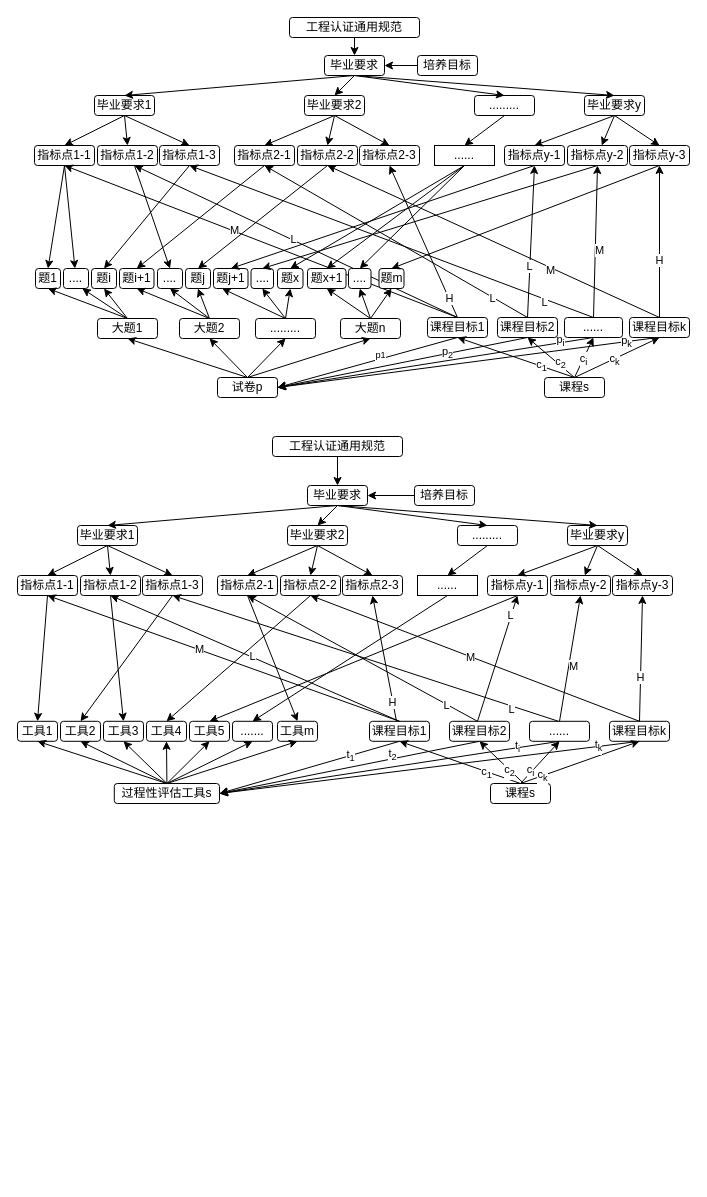
Before: Untitled Diagram.drawio in oliverwy/DhDesignpattern, a draw.io diagram. Source tidied: cells renumbered, new cells numbered last; positions are measured from the earlier drawing's top-left corner, leaving out a move shared by most shapes. Both pictures are drawn from the tidied source at 100%, with x=0, y=0 at pixel (17, 17).
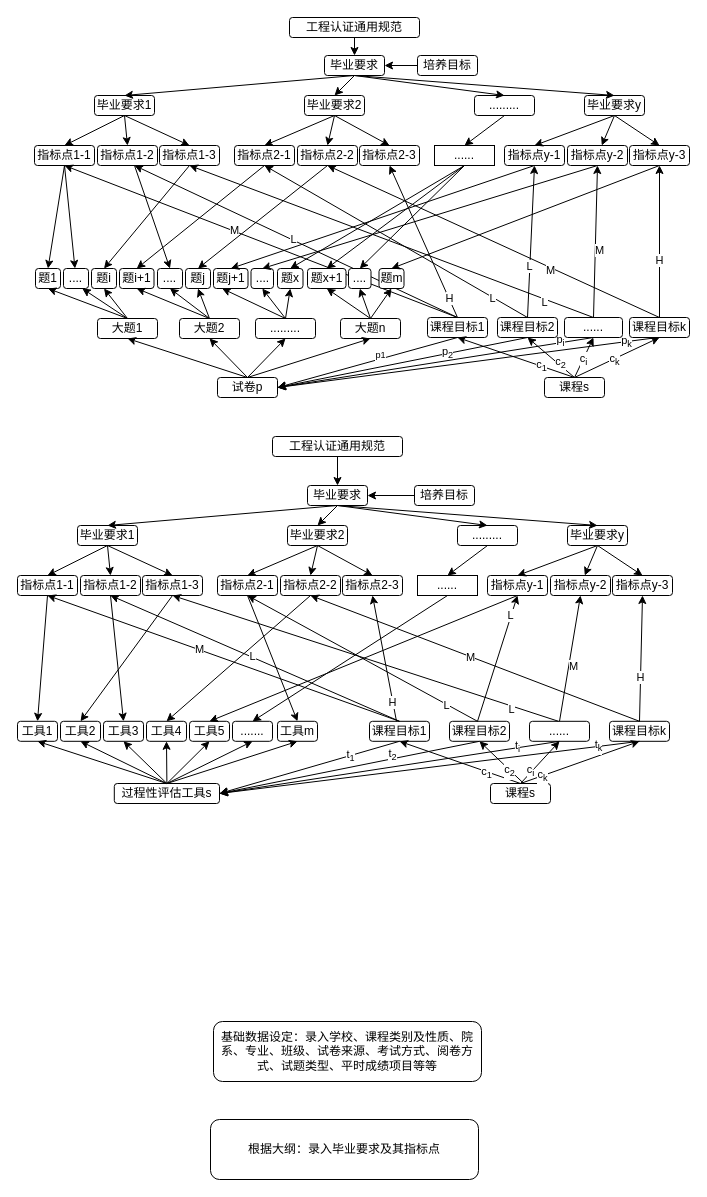
Above is the later version.

Diff of the diagram source:
```diff
@@
+    <mxCell id="213" value="基础数据设定：录入学校、课程类别及性质、院系、专业、班级、试卷来源、考试方式、阅卷方式、试题类型、平时成绩项目等等" style="rounded=1;whiteSpace=wrap;html=1;" parent="1" vertex="1">
+      <mxGeometry x="196" y="1004" width="268" height="60" as="geometry" />
+    </mxCell>
+    <mxCell id="214" value="根据大纲：录入毕业要求及其指标点" style="rounded=1;whiteSpace=wrap;html=1;" parent="1" vertex="1">
+      <mxGeometry x="193" y="1102" width="268" height="60" as="geometry" />
+    </mxCell>
```
